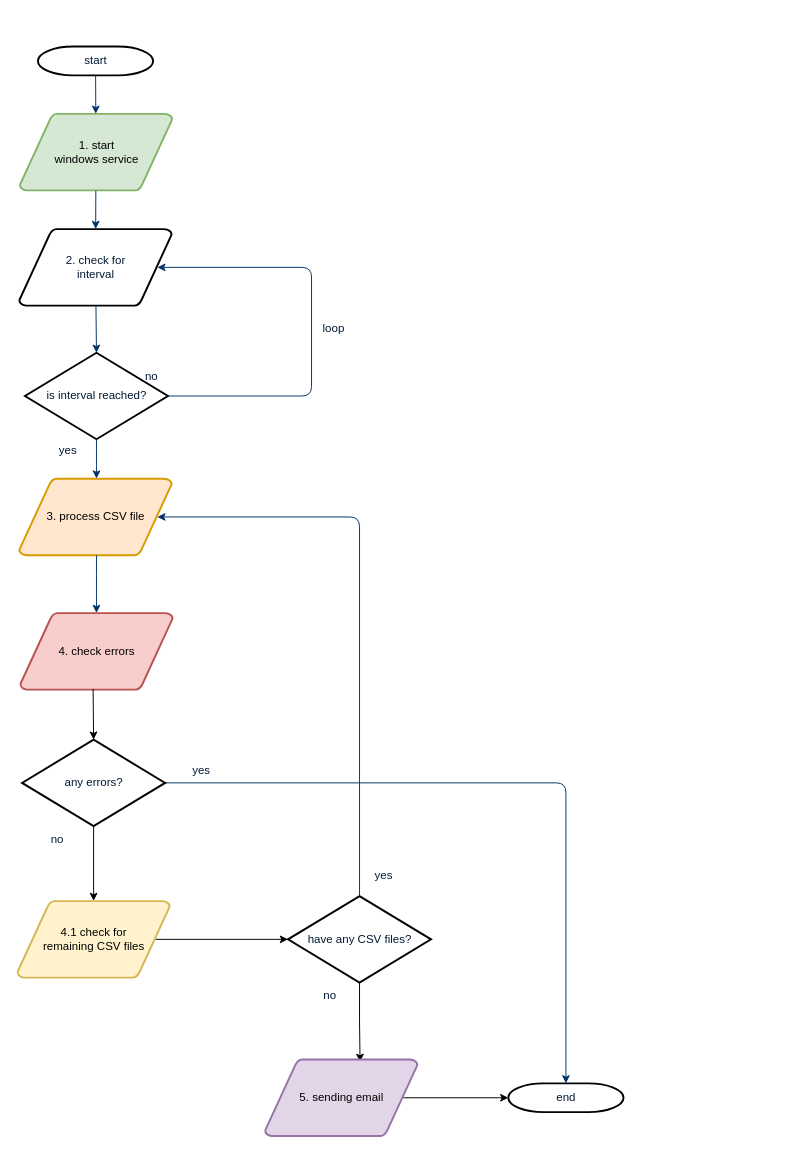
This is Untitled Diagram.drawio from quantranld/books-list, a draw.io file, before an edit. Source tidied: cells renumbered, new cells numbered last; positions are measured from the earlier drawing's top-left corner, leaving out a move shared by most shapes. Both pictures are drawn from the tidied source at 96%, with x=0, y=0 at pixel (16, 46).
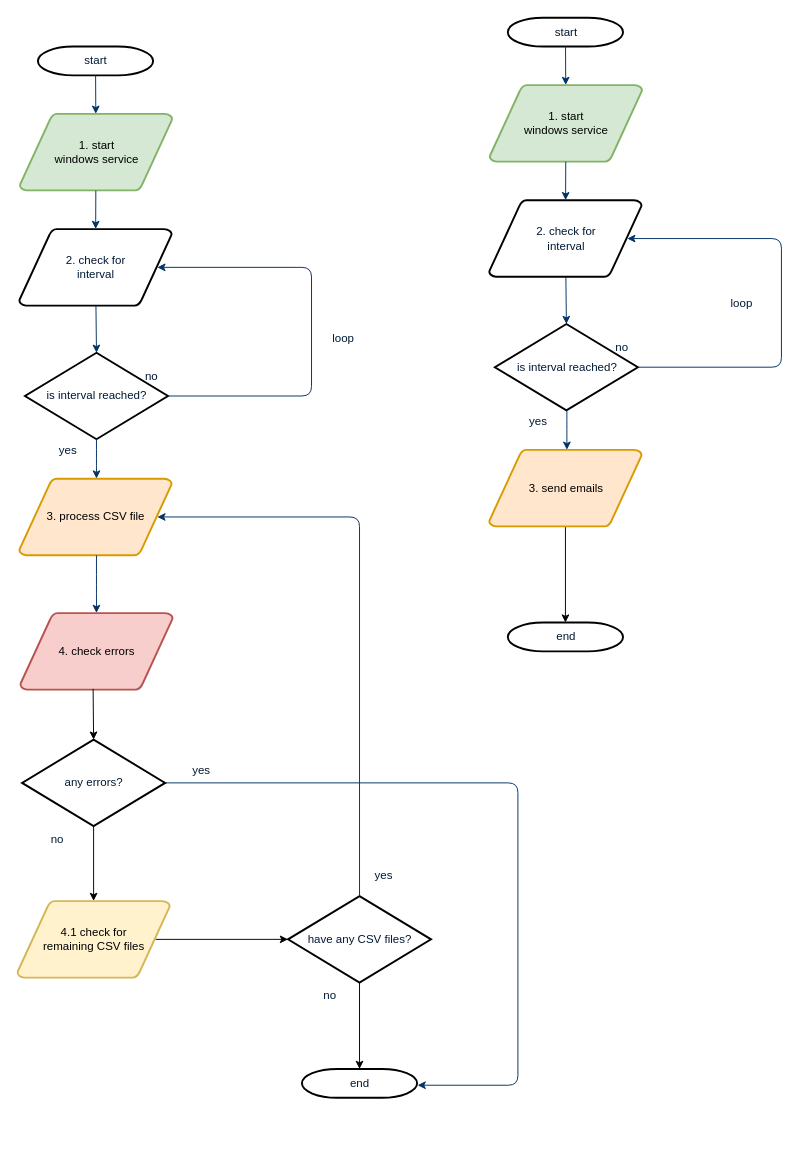
After the change.

Unchanged cells that the change refers to:
```xml
<mxCell id="21" value="have any CSV files?" style="shape=mxgraph.flowchart.decision;fillColor=#FFFFFF;strokeColor=#000000;strokeWidth=2;gradientColor=none;gradientDirection=north;fontColor=#001933;fontStyle=0;html=1;" parent="1" vertex="1">
  <mxGeometry x="282.5" y="885" width="149" height="90" as="geometry" />
</mxCell>
<mxCell id="27" value="any errors?" style="shape=mxgraph.flowchart.decision;fillColor=#FFFFFF;strokeColor=#000000;strokeWidth=2;gradientColor=none;gradientDirection=north;fontColor=#001933;fontStyle=0;html=1;" parent="1" vertex="1">
  <mxGeometry x="5.5" y="722" width="149" height="90" as="geometry" />
</mxCell>
```

Change to the diagram source:
```diff
@@
     <mxCell id="17" value="end" style="shape=mxgraph.flowchart.terminator;fillColor=#FFFFFF;strokeColor=#000000;strokeWidth=2;gradientColor=none;gradientDirection=north;fontColor=#001933;fontStyle=0;html=1;" parent="1" vertex="1">
-      <mxGeometry x="512" y="1080" width="120" height="30" as="geometry" />
+      <mxGeometry x="297" y="1065" width="120" height="30" as="geometry" />
     </mxCell>
-    <mxCell id="18" style="edgeStyle=elbowEdgeStyle;elbow=vertical;entryX=0.5;entryY=0;entryPerimeter=0;fontColor=#001933;fontStyle=1;strokeColor=#003366;strokeWidth=1;html=1;exitX=1;exitY=0.5;exitDx=0;exitDy=0;exitPerimeter=0;" parent="1" edge="1" source="27" target="17">
+    <mxCell id="18" style="edgeStyle=elbowEdgeStyle;elbow=vertical;entryX=1.004;entryY=0.565;entryPerimeter=0;fontColor=#001933;fontStyle=1;strokeColor=#003366;strokeWidth=1;html=1;exitX=1;exitY=0.5;exitDx=0;exitDy=0;exitPerimeter=0;entryDx=0;entryDy=0;" parent="1" edge="1" source="27" target="17">
       <mxGeometry x="240.5" y="-520" as="geometry">
         <Array as="points">
+          <mxPoint x="522" y="920" />
           <mxPoint x="462" y="767" />
           <mxPoint x="702" y="780" />
         </Array>
       </mxGeometry>
     </mxCell>
     <mxCell id="19" value="loop" style="text;fontColor=#001933;fontStyle=0;html=1;strokeColor=none;gradientColor=none;fillColor=none;strokeWidth=2;" parent="1" vertex="1">
-      <mxGeometry x="317" y="280" width="40" height="26" as="geometry" />
+      <mxGeometry x="742" y="254" width="40" height="26" as="geometry" />
     </mxCell>
-    <mxCell id="20" style="edgeStyle=orthogonalEdgeStyle;rounded=0;jettySize=auto;html=1;entryX=0.623;entryY=0.033;entryDx=0;entryDy=0;entryPerimeter=0;" parent="1" edge="1" source="21" target="25">
+    <mxCell id="20" style="edgeStyle=orthogonalEdgeStyle;rounded=0;jettySize=auto;html=1;entryX=0.5;entryY=0;entryDx=0;entryDy=0;entryPerimeter=0;" parent="1" edge="1" source="21" target="17">
       <mxGeometry relative="1" as="geometry" />
     </mxCell>
@@
-    <mxCell id="24" style="edgeStyle=orthogonalEdgeStyle;rounded=0;jettySize=auto;html=1;entryX=0;entryY=0.5;entryDx=0;entryDy=0;entryPerimeter=0;exitX=0.905;exitY=0.5;exitDx=0;exitDy=0;exitPerimeter=0;" parent="1" edge="1" source="25" target="17">
-      <mxGeometry relative="1" as="geometry" />
-    </mxCell>
-    <mxCell id="25" value="5. sending email" style="shape=mxgraph.flowchart.data;fillColor=#e1d5e7;strokeColor=#9673a6;strokeWidth=2;gradientDirection=north;fontStyle=0;html=1;" parent="1" vertex="1">
-      <mxGeometry x="258.5" y="1055" width="159" height="80" as="geometry" />
-    </mxCell>
@@
+    <mxCell id="33" value="start" style="shape=mxgraph.flowchart.terminator;fillColor=#FFFFFF;strokeColor=#000000;strokeWidth=2;gradientColor=none;gradientDirection=north;fontColor=#001933;fontStyle=0;html=1;" parent="1" vertex="1">
+      <mxGeometry x="511.5" y="-30" width="120" height="30" as="geometry" />
+    </mxCell>
+    <mxCell id="34" value="1. start &lt;br&gt;windows service&lt;br&gt;" style="shape=mxgraph.flowchart.data;fillColor=#d5e8d4;strokeColor=#82b366;strokeWidth=2;gradientDirection=north;fontStyle=0;html=1;" parent="1" vertex="1">
+      <mxGeometry x="492.5" y="40" width="159" height="80" as="geometry" />
+    </mxCell>
+    <mxCell id="35" style="edgeStyle=orthogonalEdgeStyle;rounded=0;jettySize=auto;html=1;entryX=0.5;entryY=0;entryDx=0;entryDy=0;entryPerimeter=0;" parent="1" edge="1" source="36" target="46">
+      <mxGeometry relative="1" as="geometry" />
+    </mxCell>
+    <mxCell id="36" value="3. send emails" style="shape=mxgraph.flowchart.data;fillColor=#ffe6cc;strokeColor=#d79b00;strokeWidth=2;gradientDirection=north;fontStyle=0;html=1;" parent="1" vertex="1">
+      <mxGeometry x="492" y="420" width="159" height="80" as="geometry" />
+    </mxCell>
+    <mxCell id="37" value="2. check for&lt;br&gt;interval" style="shape=mxgraph.flowchart.data;fillColor=#FFFFFF;strokeColor=#000000;strokeWidth=2;gradientColor=none;gradientDirection=north;fontColor=#001933;fontStyle=0;html=1;" parent="1" vertex="1">
+      <mxGeometry x="492" y="160" width="159" height="80" as="geometry" />
+    </mxCell>
+    <mxCell id="38" value="is interval reached?" style="shape=mxgraph.flowchart.decision;fillColor=#FFFFFF;strokeColor=#000000;strokeWidth=2;gradientColor=none;gradientDirection=north;fontColor=#001933;fontStyle=0;html=1;" parent="1" vertex="1">
+      <mxGeometry x="498" y="289" width="149" height="90" as="geometry" />
+    </mxCell>
+    <mxCell id="39" style="fontColor=#001933;fontStyle=1;strokeColor=#003366;strokeWidth=1;html=1;" parent="1" edge="1" source="33" target="34">
+      <mxGeometry relative="1" as="geometry" />
+    </mxCell>
+    <mxCell id="40" style="fontColor=#001933;fontStyle=1;strokeColor=#003366;strokeWidth=1;html=1;" parent="1" edge="1" source="34" target="37">
+      <mxGeometry relative="1" as="geometry" />
+    </mxCell>
+    <mxCell id="41" style="entryX=0.5;entryY=0;entryPerimeter=0;fontColor=#001933;fontStyle=1;strokeColor=#003366;strokeWidth=1;html=1;" parent="1" edge="1" source="37" target="38">
+      <mxGeometry relative="1" as="geometry" />
+    </mxCell>
+    <mxCell id="42" style="edgeStyle=elbowEdgeStyle;elbow=horizontal;exitX=1;exitY=0.5;exitPerimeter=0;fontColor=#001933;fontStyle=1;strokeColor=#003366;strokeWidth=1;html=1;entryX=0.905;entryY=0.5;entryDx=0;entryDy=0;entryPerimeter=0;" parent="1" edge="1" source="38" target="37">
+      <mxGeometry x="870.5" y="-1.5" as="geometry">
+        <Array as="points">
+          <mxPoint x="796.5" y="310" />
+        </Array>
+      </mxGeometry>
+    </mxCell>
+    <mxCell id="43" value="no" style="text;fontColor=#001933;fontStyle=0;html=1;strokeColor=none;gradientColor=none;fillColor=none;strokeWidth=2;" parent="1" vertex="1">
+      <mxGeometry x="621.5" y="300" width="40" height="26" as="geometry" />
+    </mxCell>
+    <mxCell id="44" style="edgeStyle=elbowEdgeStyle;elbow=horizontal;fontColor=#001933;fontStyle=1;strokeColor=#003366;strokeWidth=1;html=1;" parent="1" edge="1" source="38" target="36">
+      <mxGeometry x="489.5" y="-30" as="geometry" />
+    </mxCell>
+    <mxCell id="45" value="yes" style="text;fontColor=#001933;fontStyle=0;html=1;strokeColor=none;gradientColor=none;fillColor=none;strokeWidth=2;align=center;" parent="1" vertex="1">
+      <mxGeometry x="522.5" y="377" width="40" height="26" as="geometry" />
+    </mxCell>
+    <mxCell id="46" value="end" style="shape=mxgraph.flowchart.terminator;fillColor=#FFFFFF;strokeColor=#000000;strokeWidth=2;gradientColor=none;gradientDirection=north;fontColor=#001933;fontStyle=0;html=1;" parent="1" vertex="1">
+      <mxGeometry x="511.5" y="600" width="120" height="30" as="geometry" />
+    </mxCell>
+    <mxCell id="47" value="loop" style="text;fontColor=#001933;fontStyle=0;html=1;strokeColor=none;gradientColor=none;fillColor=none;strokeWidth=2;" parent="1" vertex="1">
+      <mxGeometry x="327" y="290" width="40" height="26" as="geometry" />
+    </mxCell>
```
